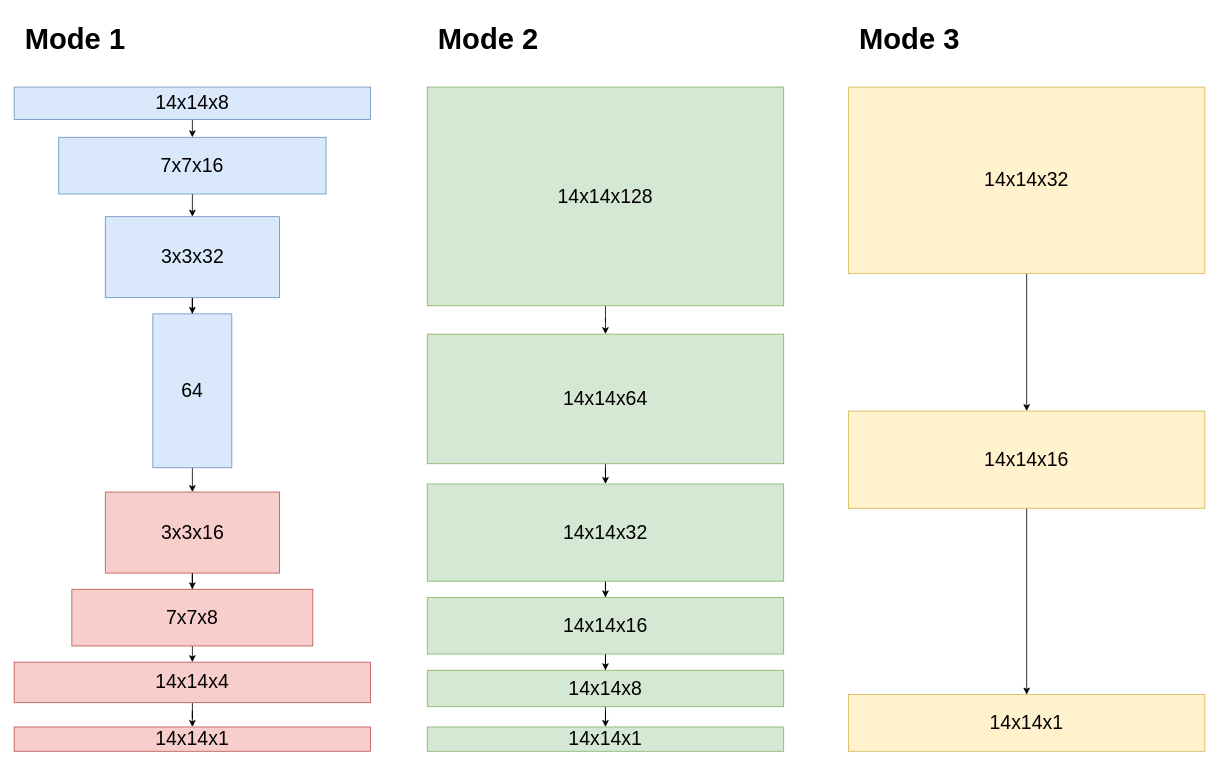
The draw.io diagram figures/occlusion_edge.drawio in JingchengYang4/DAIS, before the edit. Source tidied: cells renumbered, new cells numbered last; positions are measured from the earlier drawing's top-left corner, leaving out a move shared by most shapes. Both pictures are drawn from the tidied source at 81%, with x=0, y=0 at pixel (14, 14).
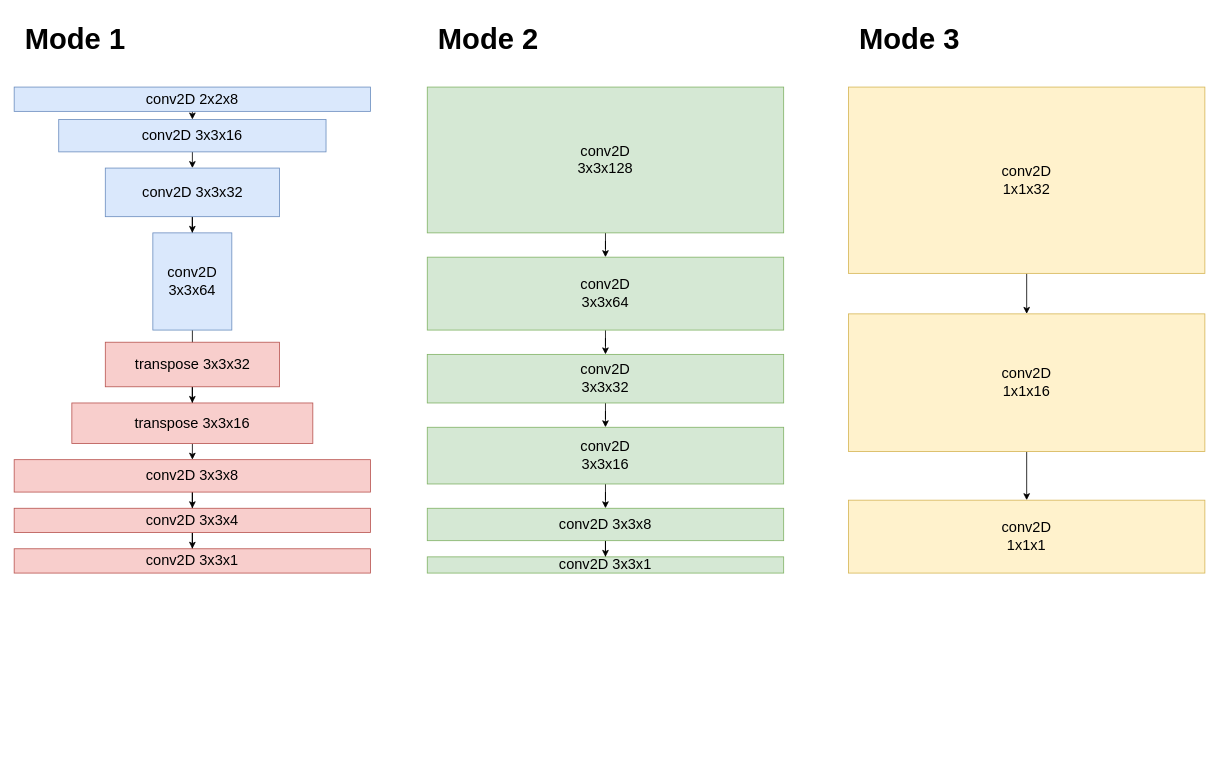
The same diagram, later.

Change to the diagram source:
```diff
@@
-    <mxCell id="2" style="edgeStyle=orthogonalEdgeStyle;rounded=0;jettySize=auto;html=1;exitX=0.5;exitY=1;exitDx=0;exitDy=0;entryX=0.5;entryY=0;entryDx=0;entryDy=0;" parent="1" edge="1" source="3" target="5">
+    <mxCell id="2" style="edgeStyle=orthogonalEdgeStyle;rounded=0;jettySize=auto;html=1;exitX=0.5;exitY=1;exitDx=0;exitDy=0;entryX=0.5;entryY=0;entryDx=0;entryDy=0;fontSize=18;" parent="1" edge="1" source="3" target="5">
       <mxGeometry relative="1" as="geometry" />
     </mxCell>
-    <mxCell id="3" value="&lt;font style=&quot;font-size: 24px;&quot;&gt;14x14x8&lt;/font&gt;" style="rounded=0;whiteSpace=wrap;html=1;fillColor=#dae8fc;strokeColor=#6c8ebf;" parent="1" vertex="1">
-      <mxGeometry y="90" width="440" height="40" as="geometry" />
+    <mxCell id="3" value="conv2D 2x2x8" style="rounded=0;whiteSpace=wrap;html=1;fillColor=#dae8fc;strokeColor=#6c8ebf;fontSize=18;" parent="1" vertex="1">
+      <mxGeometry y="90" width="440" height="30" as="geometry" />
     </mxCell>
-    <mxCell id="4" style="edgeStyle=orthogonalEdgeStyle;rounded=0;jettySize=auto;html=1;exitX=0.5;exitY=1;exitDx=0;exitDy=0;entryX=0.5;entryY=0;entryDx=0;entryDy=0;" parent="1" edge="1" source="5" target="7">
+    <mxCell id="4" style="edgeStyle=orthogonalEdgeStyle;rounded=0;jettySize=auto;html=1;exitX=0.5;exitY=1;exitDx=0;exitDy=0;entryX=0.5;entryY=0;entryDx=0;entryDy=0;fontSize=18;" parent="1" edge="1" source="5" target="7">
       <mxGeometry relative="1" as="geometry" />
     </mxCell>
-    <mxCell id="5" value="&lt;font style=&quot;font-size: 24px;&quot;&gt;7x7x16&lt;/font&gt;" style="rounded=0;whiteSpace=wrap;html=1;fillColor=#dae8fc;strokeColor=#6c8ebf;" parent="1" vertex="1">
-      <mxGeometry x="55" y="152" width="330" height="70" as="geometry" />
+    <mxCell id="5" value="conv2D 3x3x16" style="rounded=0;whiteSpace=wrap;html=1;fillColor=#dae8fc;strokeColor=#6c8ebf;fontSize=18;" parent="1" vertex="1">
+      <mxGeometry x="55" y="130" width="330" height="40" as="geometry" />
     </mxCell>
-    <mxCell id="6" style="edgeStyle=orthogonalEdgeStyle;rounded=0;jettySize=auto;html=1;entryX=0.5;entryY=0;entryDx=0;entryDy=0;" parent="1" edge="1" source="7" target="9">
+    <mxCell id="6" style="edgeStyle=orthogonalEdgeStyle;rounded=0;jettySize=auto;html=1;entryX=0.5;entryY=0;entryDx=0;entryDy=0;fontSize=18;" parent="1" edge="1" source="7" target="9">
       <mxGeometry relative="1" as="geometry" />
     </mxCell>
-    <mxCell id="7" value="&lt;font style=&quot;font-size: 24px;&quot;&gt;3x3x32&lt;/font&gt;" style="rounded=0;whiteSpace=wrap;html=1;fillColor=#dae8fc;strokeColor=#6c8ebf;" parent="1" vertex="1">
-      <mxGeometry x="112.5" y="250" width="215" height="100" as="geometry" />
+    <mxCell id="7" value="conv2D 3x3x32" style="rounded=0;whiteSpace=wrap;html=1;fillColor=#dae8fc;strokeColor=#6c8ebf;fontSize=18;" parent="1" vertex="1">
+      <mxGeometry x="112.5" y="190" width="215" height="60" as="geometry" />
     </mxCell>
-    <mxCell id="8" style="edgeStyle=orthogonalEdgeStyle;rounded=0;jettySize=auto;html=1;entryX=0.5;entryY=0;entryDx=0;entryDy=0;" parent="1" edge="1" source="9" target="11">
+    <mxCell id="8" style="edgeStyle=orthogonalEdgeStyle;rounded=0;jettySize=auto;html=1;entryX=0.5;entryY=0;entryDx=0;entryDy=0;fontSize=18;" parent="1" edge="1" source="9" target="11">
       <mxGeometry relative="1" as="geometry" />
     </mxCell>
-    <mxCell id="9" value="&lt;font style=&quot;font-size: 24px;&quot;&gt;64&lt;/font&gt;" style="rounded=0;whiteSpace=wrap;html=1;fillColor=#dae8fc;strokeColor=#6c8ebf;" parent="1" vertex="1">
-      <mxGeometry x="171.2" y="370" width="97.5" height="190" as="geometry" />
+    <mxCell id="9" value="conv2D&lt;br&gt;3x3x64" style="rounded=0;whiteSpace=wrap;html=1;fillColor=#dae8fc;strokeColor=#6c8ebf;fontSize=18;" parent="1" vertex="1">
+      <mxGeometry x="171.2" y="270" width="97.5" height="120" as="geometry" />
     </mxCell>
-    <mxCell id="10" style="edgeStyle=orthogonalEdgeStyle;rounded=0;jettySize=auto;html=1;entryX=0.5;entryY=0;entryDx=0;entryDy=0;" parent="1" edge="1" source="11" target="13">
+    <mxCell id="10" style="edgeStyle=orthogonalEdgeStyle;rounded=0;jettySize=auto;html=1;entryX=0.5;entryY=0;entryDx=0;entryDy=0;fontSize=18;" parent="1" edge="1" source="11" target="13">
       <mxGeometry relative="1" as="geometry" />
     </mxCell>
-    <mxCell id="11" value="&lt;font style=&quot;font-size: 24px;&quot;&gt;3x3x16&lt;/font&gt;" style="rounded=0;whiteSpace=wrap;html=1;fillColor=#f8cecc;strokeColor=#b85450;" parent="1" vertex="1">
-      <mxGeometry x="112.5" y="590" width="215" height="100" as="geometry" />
+    <mxCell id="11" value="&lt;font style=&quot;font-size: 18px;&quot;&gt;transpose&amp;nbsp;3x3x32&lt;/font&gt;" style="rounded=0;whiteSpace=wrap;html=1;fillColor=#f8cecc;strokeColor=#b85450;fontSize=18;" parent="1" vertex="1">
+      <mxGeometry x="112.5" y="405" width="215" height="55" as="geometry" />
     </mxCell>
-    <mxCell id="12" style="edgeStyle=orthogonalEdgeStyle;rounded=0;jettySize=auto;html=1;entryX=0.5;entryY=0;entryDx=0;entryDy=0;" parent="1" edge="1" source="13" target="15">
+    <mxCell id="12" style="edgeStyle=orthogonalEdgeStyle;rounded=0;jettySize=auto;html=1;entryX=0.5;entryY=0;entryDx=0;entryDy=0;fontSize=18;" parent="1" edge="1" source="13" target="15">
       <mxGeometry relative="1" as="geometry" />
     </mxCell>
-    <mxCell id="13" value="&lt;font style=&quot;font-size: 24px;&quot;&gt;7x7x8&lt;/font&gt;" style="rounded=0;whiteSpace=wrap;html=1;fillColor=#f8cecc;strokeColor=#b85450;" parent="1" vertex="1">
-      <mxGeometry x="71.2" y="710" width="297.5" height="70" as="geometry" />
+    <mxCell id="13" value="&lt;font style=&quot;font-size: 18px;&quot;&gt;transpose 3x3x16&lt;/font&gt;" style="rounded=0;whiteSpace=wrap;html=1;fillColor=#f8cecc;strokeColor=#b85450;fontSize=18;" parent="1" vertex="1">
+      <mxGeometry x="71.2" y="480" width="297.5" height="50" as="geometry" />
     </mxCell>
-    <mxCell id="14" style="edgeStyle=orthogonalEdgeStyle;rounded=0;jettySize=auto;html=1;entryX=0.5;entryY=0;entryDx=0;entryDy=0;" parent="1" edge="1" source="15" target="16">
+    <mxCell id="14" style="edgeStyle=orthogonalEdgeStyle;rounded=0;jettySize=auto;html=1;entryX=0.5;entryY=0;entryDx=0;entryDy=0;fontSize=18;" parent="1" edge="1" source="15" target="16">
       <mxGeometry relative="1" as="geometry" />
     </mxCell>
-    <mxCell id="15" value="&lt;font style=&quot;font-size: 24px;&quot;&gt;14x14x4&lt;/font&gt;" style="rounded=0;whiteSpace=wrap;html=1;fillColor=#f8cecc;strokeColor=#b85450;" parent="1" vertex="1">
-      <mxGeometry y="800" width="440" height="50" as="geometry" />
+    <mxCell id="15" value="conv2D 3x3x8" style="rounded=0;whiteSpace=wrap;html=1;fillColor=#f8cecc;strokeColor=#b85450;fontSize=18;" parent="1" vertex="1">
+      <mxGeometry y="550" width="440" height="40" as="geometry" />
     </mxCell>
+    <mxCell id="36" style="edgeStyle=orthogonalEdgeStyle;rounded=0;jettySize=auto;html=1;entryX=0.5;entryY=0;entryDx=0;entryDy=0;fontSize=18;" parent="1" edge="1" source="16" target="37">
+      <mxGeometry relative="1" as="geometry" />
+    </mxCell>
-    <mxCell id="16" value="&lt;font style=&quot;font-size: 24px;&quot;&gt;14x14x1&lt;/font&gt;" style="rounded=0;whiteSpace=wrap;html=1;fillColor=#f8cecc;strokeColor=#b85450;" parent="1" vertex="1">
-      <mxGeometry y="880" width="440" height="30" as="geometry" />
+    <mxCell id="16" value="conv2D 3x3x4" style="rounded=0;whiteSpace=wrap;html=1;fillColor=#f8cecc;strokeColor=#b85450;fontSize=18;" parent="1" vertex="1">
+      <mxGeometry y="610" width="440" height="30" as="geometry" />
     </mxCell>
-    <mxCell id="17" style="edgeStyle=orthogonalEdgeStyle;rounded=0;jettySize=auto;html=1;entryX=0.5;entryY=0;entryDx=0;entryDy=0;" parent="1" edge="1" source="18" target="20">
+    <mxCell id="17" style="edgeStyle=orthogonalEdgeStyle;rounded=0;jettySize=auto;html=1;entryX=0.5;entryY=0;entryDx=0;entryDy=0;fontSize=18;" parent="1" edge="1" source="18" target="20">
       <mxGeometry relative="1" as="geometry" />
     </mxCell>
-    <mxCell id="18" value="&lt;font style=&quot;font-size: 24px;&quot;&gt;14x14x128&lt;/font&gt;" style="rounded=0;whiteSpace=wrap;html=1;fillColor=#d5e8d4;strokeColor=#82b366;" parent="1" vertex="1">
-      <mxGeometry x="510" y="90" width="440" height="270" as="geometry" />
+    <mxCell id="18" value="&lt;font style=&quot;font-size: 18px;&quot;&gt;conv2D&lt;br&gt;3x3x128&lt;/font&gt;" style="rounded=0;whiteSpace=wrap;html=1;fillColor=#d5e8d4;strokeColor=#82b366;fontSize=18;" parent="1" vertex="1">
+      <mxGeometry x="510" y="90" width="440" height="180" as="geometry" />
     </mxCell>
-    <mxCell id="19" style="edgeStyle=orthogonalEdgeStyle;rounded=0;jettySize=auto;html=1;entryX=0.5;entryY=0;entryDx=0;entryDy=0;" parent="1" edge="1" source="20" target="22">
+    <mxCell id="19" style="edgeStyle=orthogonalEdgeStyle;rounded=0;jettySize=auto;html=1;entryX=0.5;entryY=0;entryDx=0;entryDy=0;fontSize=18;" parent="1" edge="1" source="20" target="22">
       <mxGeometry relative="1" as="geometry" />
     </mxCell>
-    <mxCell id="20" value="&lt;font style=&quot;font-size: 24px;&quot;&gt;14x14x64&lt;/font&gt;" style="rounded=0;whiteSpace=wrap;html=1;fillColor=#d5e8d4;strokeColor=#82b366;" parent="1" vertex="1">
-      <mxGeometry x="510" y="395" width="440" height="160" as="geometry" />
+    <mxCell id="20" value="&lt;font style=&quot;font-size: 18px;&quot;&gt;conv2D&lt;br&gt;3x3x64&lt;/font&gt;" style="rounded=0;whiteSpace=wrap;html=1;fillColor=#d5e8d4;strokeColor=#82b366;fontSize=18;" parent="1" vertex="1">
+      <mxGeometry x="510" y="300" width="440" height="90" as="geometry" />
     </mxCell>
-    <mxCell id="21" style="edgeStyle=orthogonalEdgeStyle;rounded=0;jettySize=auto;html=1;" parent="1" edge="1" source="22" target="24">
+    <mxCell id="21" style="edgeStyle=orthogonalEdgeStyle;rounded=0;jettySize=auto;html=1;fontSize=18;" parent="1" edge="1" source="22" target="24">
       <mxGeometry relative="1" as="geometry" />
     </mxCell>
-    <mxCell id="22" value="&lt;font style=&quot;font-size: 24px;&quot;&gt;14x14x32&lt;/font&gt;" style="rounded=0;whiteSpace=wrap;html=1;fillColor=#d5e8d4;strokeColor=#82b366;" parent="1" vertex="1">
-      <mxGeometry x="510" y="580" width="440" height="120" as="geometry" />
+    <mxCell id="22" value="&lt;font style=&quot;font-size: 18px;&quot;&gt;conv2D&lt;br&gt;3x3x32&lt;/font&gt;" style="rounded=0;whiteSpace=wrap;html=1;fillColor=#d5e8d4;strokeColor=#82b366;fontSize=18;" parent="1" vertex="1">
+      <mxGeometry x="510" y="420" width="440" height="60" as="geometry" />
     </mxCell>
-    <mxCell id="23" style="edgeStyle=orthogonalEdgeStyle;rounded=0;jettySize=auto;html=1;entryX=0.5;entryY=0;entryDx=0;entryDy=0;" parent="1" edge="1" source="24" target="26">
+    <mxCell id="23" style="edgeStyle=orthogonalEdgeStyle;rounded=0;jettySize=auto;html=1;entryX=0.5;entryY=0;entryDx=0;entryDy=0;fontSize=18;" parent="1" edge="1" source="24" target="26">
       <mxGeometry relative="1" as="geometry" />
     </mxCell>
-    <mxCell id="24" value="&lt;font style=&quot;font-size: 24px;&quot;&gt;14x14x16&lt;/font&gt;" style="rounded=0;whiteSpace=wrap;html=1;fillColor=#d5e8d4;strokeColor=#82b366;" parent="1" vertex="1">
-      <mxGeometry x="510" y="720" width="440" height="70" as="geometry" />
+    <mxCell id="24" value="&lt;font style=&quot;font-size: 18px;&quot;&gt;conv2D&lt;br&gt;3x3x16&lt;/font&gt;" style="rounded=0;whiteSpace=wrap;html=1;fillColor=#d5e8d4;strokeColor=#82b366;fontSize=18;" parent="1" vertex="1">
+      <mxGeometry x="510" y="510" width="440" height="70" as="geometry" />
     </mxCell>
-    <mxCell id="25" style="edgeStyle=orthogonalEdgeStyle;rounded=0;jettySize=auto;html=1;entryX=0.5;entryY=0;entryDx=0;entryDy=0;" parent="1" edge="1" source="26" target="27">
+    <mxCell id="25" style="edgeStyle=orthogonalEdgeStyle;rounded=0;jettySize=auto;html=1;entryX=0.5;entryY=0;entryDx=0;entryDy=0;fontSize=18;" parent="1" edge="1" source="26" target="27">
       <mxGeometry relative="1" as="geometry" />
     </mxCell>
-    <mxCell id="26" value="&lt;font style=&quot;font-size: 24px;&quot;&gt;14x14x8&lt;/font&gt;" style="rounded=0;whiteSpace=wrap;html=1;fillColor=#d5e8d4;strokeColor=#82b366;" parent="1" vertex="1">
-      <mxGeometry x="510" y="810" width="440" height="45" as="geometry" />
+    <mxCell id="26" value="&lt;font style=&quot;font-size: 18px;&quot;&gt;conv2D 3x3x8&lt;/font&gt;" style="rounded=0;whiteSpace=wrap;html=1;fillColor=#d5e8d4;strokeColor=#82b366;fontSize=18;" parent="1" vertex="1">
+      <mxGeometry x="510" y="610" width="440" height="40" as="geometry" />
     </mxCell>
-    <mxCell id="27" value="&lt;font style=&quot;font-size: 24px;&quot;&gt;14x14x1&lt;/font&gt;" style="rounded=0;whiteSpace=wrap;html=1;fillColor=#d5e8d4;strokeColor=#82b366;" parent="1" vertex="1">
-      <mxGeometry x="510" y="880" width="440" height="30" as="geometry" />
+    <mxCell id="27" value="&lt;font style=&quot;font-size: 18px;&quot;&gt;conv2D 3x3x1&lt;/font&gt;" style="rounded=0;whiteSpace=wrap;html=1;fillColor=#d5e8d4;strokeColor=#82b366;fontSize=18;" parent="1" vertex="1">
+      <mxGeometry x="510" y="670" width="440" height="20" as="geometry" />
     </mxCell>
-    <mxCell id="28" style="edgeStyle=orthogonalEdgeStyle;rounded=0;jettySize=auto;html=1;" parent="1" edge="1" source="29" target="31">
+    <mxCell id="28" style="edgeStyle=orthogonalEdgeStyle;rounded=0;jettySize=auto;html=1;fontSize=18;" parent="1" edge="1" source="29" target="31">
       <mxGeometry relative="1" as="geometry" />
     </mxCell>
-    <mxCell id="29" value="&lt;font style=&quot;font-size: 24px;&quot;&gt;14x14x32&lt;/font&gt;" style="rounded=0;whiteSpace=wrap;html=1;fillColor=#fff2cc;strokeColor=#d6b656;" parent="1" vertex="1">
+    <mxCell id="29" value="&lt;font style=&quot;font-size: 18px;&quot;&gt;conv2D&lt;br&gt;1x1x32&lt;/font&gt;" style="rounded=0;whiteSpace=wrap;html=1;fillColor=#fff2cc;strokeColor=#d6b656;fontSize=18;" parent="1" vertex="1">
       <mxGeometry x="1030" y="90" width="440" height="230" as="geometry" />
     </mxCell>
-    <mxCell id="30" style="edgeStyle=orthogonalEdgeStyle;rounded=0;jettySize=auto;html=1;entryX=0.5;entryY=0;entryDx=0;entryDy=0;" parent="1" edge="1" source="31" target="32">
+    <mxCell id="30" style="edgeStyle=orthogonalEdgeStyle;rounded=0;jettySize=auto;html=1;entryX=0.5;entryY=0;entryDx=0;entryDy=0;fontSize=18;" parent="1" edge="1" source="31" target="32">
       <mxGeometry relative="1" as="geometry" />
     </mxCell>
-    <mxCell id="31" value="&lt;font style=&quot;font-size: 24px;&quot;&gt;14x14x16&lt;/font&gt;" style="rounded=0;whiteSpace=wrap;html=1;fillColor=#fff2cc;strokeColor=#d6b656;" parent="1" vertex="1">
-      <mxGeometry x="1030" y="490" width="440" height="120" as="geometry" />
+    <mxCell id="31" value="&lt;font style=&quot;font-size: 18px;&quot;&gt;conv2D&lt;br&gt;1x1x16&lt;/font&gt;" style="rounded=0;whiteSpace=wrap;html=1;fillColor=#fff2cc;strokeColor=#d6b656;fontSize=18;" parent="1" vertex="1">
+      <mxGeometry x="1030" y="370" width="440" height="170" as="geometry" />
     </mxCell>
-    <mxCell id="32" value="&lt;font style=&quot;font-size: 24px;&quot;&gt;14x14x1&lt;/font&gt;" style="rounded=0;whiteSpace=wrap;html=1;fillColor=#fff2cc;strokeColor=#d6b656;" parent="1" vertex="1">
-      <mxGeometry x="1030" y="840" width="440" height="70" as="geometry" />
+    <mxCell id="32" value="&lt;font style=&quot;font-size: 18px;&quot;&gt;conv2D&lt;br&gt;1x1x1&lt;/font&gt;" style="rounded=0;whiteSpace=wrap;html=1;fillColor=#fff2cc;strokeColor=#d6b656;fontSize=18;" parent="1" vertex="1">
+      <mxGeometry x="1030" y="600" width="440" height="90" as="geometry" />
     </mxCell>
@@
+    <mxCell id="37" value="conv2D 3x3x1" style="rounded=0;whiteSpace=wrap;html=1;fillColor=#f8cecc;strokeColor=#b85450;fontSize=18;" parent="1" vertex="1">
+      <mxGeometry y="660" width="440" height="30" as="geometry" />
+    </mxCell>
```
